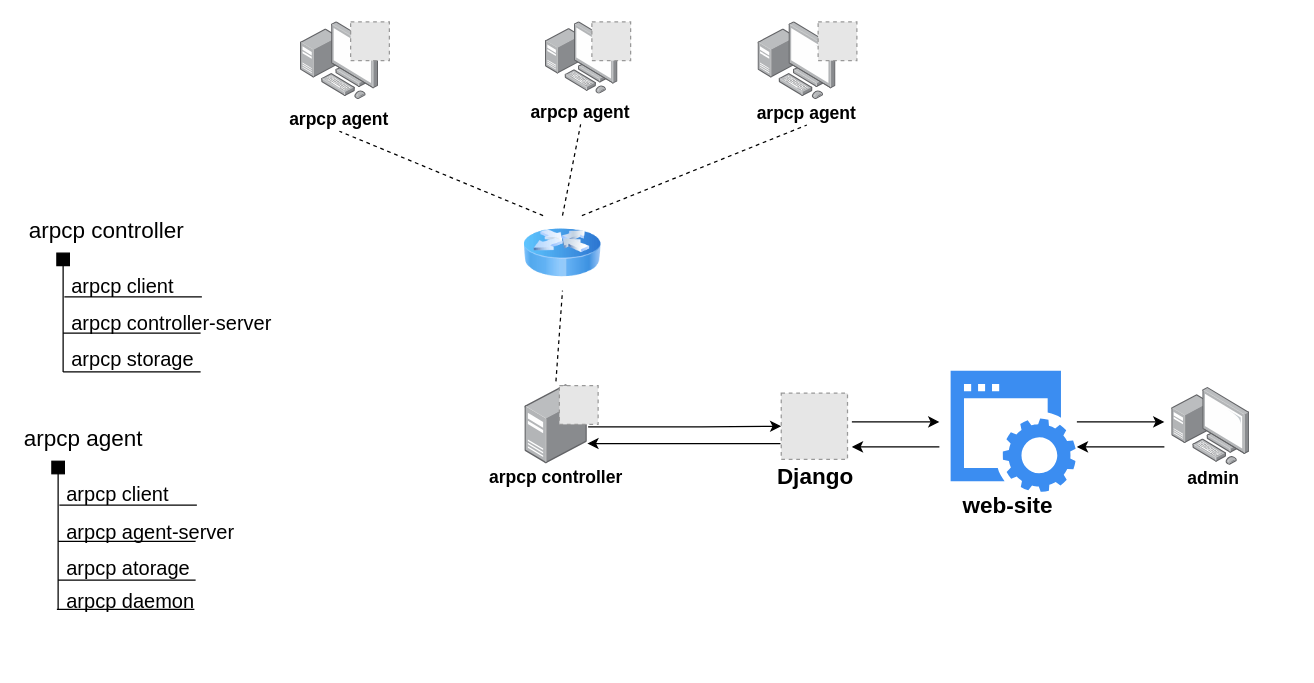
Before: arpcp scheme.drawio in inchernar/arpcp, a draw.io diagram. Source tidied: cells renumbered, new cells numbered last; positions are measured from the earlier drawing's top-left corner, leaving out a move shared by most shapes. Both pictures are drawn from the tidied source at 125%, with x=0, y=0 at pixel (21, 21). Pictures stored in the file or linked from it are replaced by grey dashed boxes.
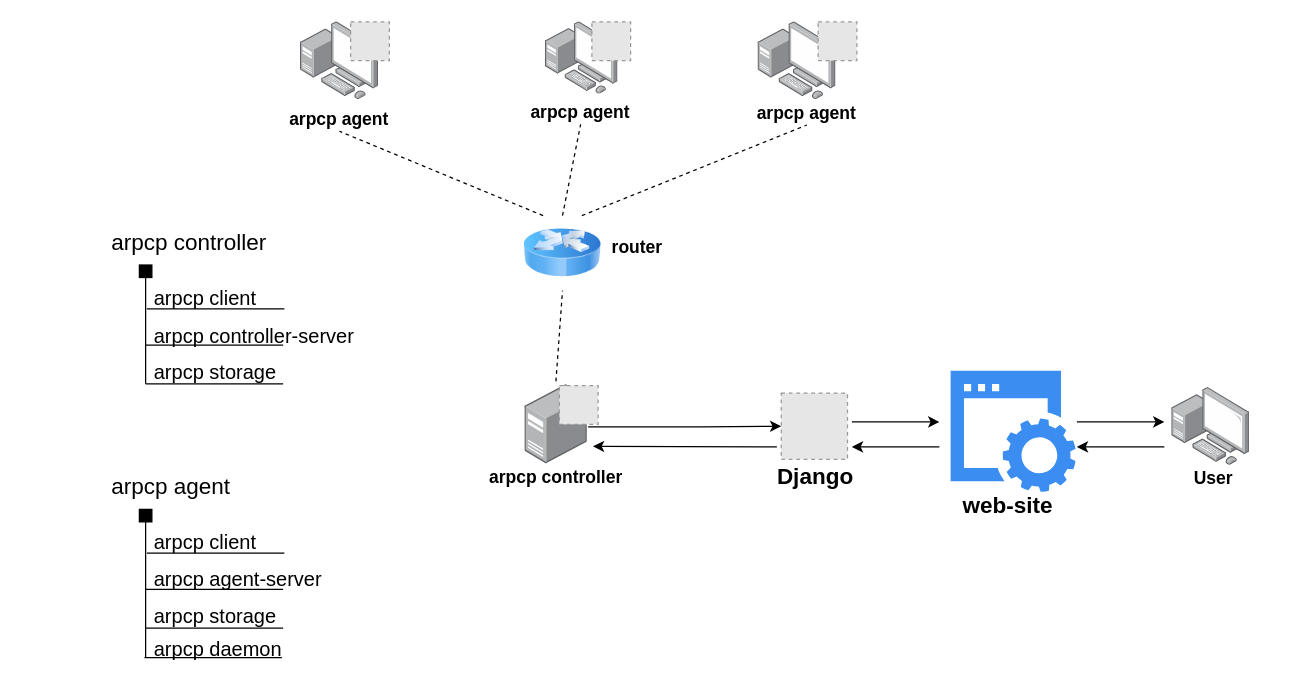
The same page after the edit.

The change refers to these unchanged cells:
```xml
<mxCell id="6" style="points=[];html=1;align=center;shadow=0;dashed=0;image;image=img/lib/allied_telesis/computer_and_terminals/Server_Desktop.svg;" parent="1" vertex="1">
  <mxGeometry x="402.5" y="290" width="50" height="64" as="geometry" />
</mxCell>
```

The edit, as a diff of the source:
```diff
@@
-    <mxCell id="18" value="&lt;span style=&quot;font-size: 14px&quot;&gt;admin&lt;/span&gt;" style="text;html=1;strokeColor=none;fillColor=none;align=center;verticalAlign=middle;whiteSpace=wrap;rounded=0;fontStyle=1;" parent="1" vertex="1">
+    <mxCell id="18" value="&lt;span style=&quot;font-size: 14px&quot;&gt;User&lt;/span&gt;" style="text;html=1;strokeColor=none;fillColor=none;align=center;verticalAlign=middle;whiteSpace=wrap;rounded=0;fontStyle=1;" parent="1" vertex="1">
       <mxGeometry x="890" y="355" width="127" height="20" as="geometry" />
     </mxCell>
@@
     <mxCell id="22" style="endArrow=none;html=1;fontSize=18;" parent="1" edge="1">
       <mxGeometry relative="1" as="geometry">
-        <mxPoint x="33" y="280" as="sourcePoint" />
-        <mxPoint x="33" y="191.5" as="targetPoint" />
+        <mxPoint x="99" y="289.5" as="sourcePoint" />
+        <mxPoint x="99" y="201" as="targetPoint" />
       </mxGeometry>
     </mxCell>
     <mxCell id="23" value="arpcp controller" style="text;html=1;fontSize=18;" parent="1" vertex="1">
-      <mxGeometry x="4" y="150" width="150" height="40" as="geometry" />
+      <mxGeometry x="70" y="159.5" width="150" height="40" as="geometry" />
     </mxCell>
     <mxCell id="24" style="endArrow=none;html=1;fontSize=18;" parent="1" edge="1">
       <mxGeometry relative="1" as="geometry">
-        <mxPoint x="34" y="220" as="sourcePoint" />
-        <mxPoint x="144" y="220" as="targetPoint" />
+        <mxPoint x="100" y="229.5" as="sourcePoint" />
+        <mxPoint x="210" y="229.5" as="targetPoint" />
       </mxGeometry>
     </mxCell>
     <mxCell id="25" style="rounded=0;whiteSpace=wrap;html=1;fontSize=18;fillColor=#000000;" parent="1" vertex="1">
-      <mxGeometry x="28" y="185" width="10" height="10" as="geometry" />
+      <mxGeometry x="94" y="194.5" width="10" height="10" as="geometry" />
     </mxCell>
     <mxCell id="26" style="endArrow=none;html=1;fontSize=18;" parent="1" edge="1">
       <mxGeometry relative="1" as="geometry">
-        <mxPoint x="33" y="249" as="sourcePoint" />
-        <mxPoint x="143" y="249" as="targetPoint" />
+        <mxPoint x="99" y="258.5" as="sourcePoint" />
+        <mxPoint x="209" y="258.5" as="targetPoint" />
       </mxGeometry>
     </mxCell>
     <mxCell id="27" value="arpcp client" style="text;html=1;fontSize=16;" parent="1" vertex="1">
-      <mxGeometry x="38" y="195" width="120" height="35" as="geometry" />
+      <mxGeometry x="104" y="204.5" width="120" height="35" as="geometry" />
     </mxCell>
     <mxCell id="28" value="arpcp controller-server" style="text;html=1;fontSize=16;" parent="1" vertex="1">
-      <mxGeometry x="38" y="225" width="190" height="30" as="geometry" />
+      <mxGeometry x="104" y="234.5" width="190" height="30" as="geometry" />
     </mxCell>
     <mxCell id="29" value="arpcp storage" style="text;html=1;fontSize=16;" parent="1" vertex="1">
-      <mxGeometry x="38" y="254" width="90" height="20" as="geometry" />
+      <mxGeometry x="104" y="263.5" width="90" height="20" as="geometry" />
     </mxCell>
     <mxCell id="30" style="endArrow=none;html=1;fontSize=18;" parent="1" edge="1">
       <mxGeometry relative="1" as="geometry">
-        <mxPoint x="33" y="280" as="sourcePoint" />
-        <mxPoint x="143" y="280" as="targetPoint" />
+        <mxPoint x="99" y="289.5" as="sourcePoint" />
+        <mxPoint x="209" y="289.5" as="targetPoint" />
       </mxGeometry>
     </mxCell>
     <mxCell id="31" style="endArrow=none;html=1;fontSize=18;" parent="1" edge="1">
       <mxGeometry relative="1" as="geometry">
-        <mxPoint x="29" y="470" as="sourcePoint" />
-        <mxPoint x="29" y="358" as="targetPoint" />
+        <mxPoint x="99" y="508.5" as="sourcePoint" />
+        <mxPoint x="99" y="396.5" as="targetPoint" />
       </mxGeometry>
     </mxCell>
     <mxCell id="32" value="arpcp agent" style="text;html=1;fontSize=18;" parent="1" vertex="1">
-      <mxGeometry y="316.5" width="150" height="40" as="geometry" />
+      <mxGeometry x="70" y="355" width="150" height="40" as="geometry" />
     </mxCell>
     <mxCell id="33" style="endArrow=none;html=1;fontSize=18;" parent="1" edge="1">
       <mxGeometry relative="1" as="geometry">
-        <mxPoint x="30" y="386.5" as="sourcePoint" />
-        <mxPoint x="140" y="386.5" as="targetPoint" />
+        <mxPoint x="100" y="425" as="sourcePoint" />
+        <mxPoint x="210" y="425" as="targetPoint" />
       </mxGeometry>
     </mxCell>
     <mxCell id="34" style="rounded=0;whiteSpace=wrap;html=1;fontSize=18;fillColor=#000000;" parent="1" vertex="1">
-      <mxGeometry x="24" y="351.5" width="10" height="10" as="geometry" />
+      <mxGeometry x="94" y="390" width="10" height="10" as="geometry" />
     </mxCell>
     <mxCell id="35" style="endArrow=none;html=1;fontSize=18;" parent="1" edge="1">
       <mxGeometry relative="1" as="geometry">
-        <mxPoint x="29" y="415.5" as="sourcePoint" />
-        <mxPoint x="139" y="415.5" as="targetPoint" />
+        <mxPoint x="99" y="454" as="sourcePoint" />
+        <mxPoint x="209" y="454" as="targetPoint" />
       </mxGeometry>
     </mxCell>
     <mxCell id="36" value="arpcp client" style="text;html=1;fontSize=16;" parent="1" vertex="1">
-      <mxGeometry x="34" y="361.5" width="120" height="35" as="geometry" />
+      <mxGeometry x="104" y="400" width="120" height="35" as="geometry" />
     </mxCell>
     <mxCell id="37" value="arpcp agent-server" style="text;html=1;fontSize=16;" parent="1" vertex="1">
-      <mxGeometry x="34" y="391.5" width="190" height="30" as="geometry" />
+      <mxGeometry x="104" y="430" width="190" height="30" as="geometry" />
     </mxCell>
-    <mxCell id="38" value="arpcp atorage" style="text;html=1;fontSize=16;" parent="1" vertex="1">
-      <mxGeometry x="34" y="420.5" width="90" height="20" as="geometry" />
+    <mxCell id="38" value="arpcp storage" style="text;html=1;fontSize=16;" parent="1" vertex="1">
+      <mxGeometry x="104" y="459" width="90" height="20" as="geometry" />
     </mxCell>
     <mxCell id="39" style="endArrow=none;html=1;fontSize=18;" parent="1" edge="1">
       <mxGeometry relative="1" as="geometry">
-        <mxPoint x="29" y="446.5" as="sourcePoint" />
-        <mxPoint x="139" y="446.5" as="targetPoint" />
+        <mxPoint x="99" y="485" as="sourcePoint" />
+        <mxPoint x="209" y="485" as="targetPoint" />
       </mxGeometry>
     </mxCell>
     <mxCell id="40" style="endArrow=none;html=1;fontSize=18;" parent="1" edge="1">
       <mxGeometry relative="1" as="geometry">
-        <mxPoint x="28" y="470" as="sourcePoint" />
-        <mxPoint x="138" y="470" as="targetPoint" />
+        <mxPoint x="98" y="508.5" as="sourcePoint" />
+        <mxPoint x="208" y="508.5" as="targetPoint" />
       </mxGeometry>
     </mxCell>
     <mxCell id="41" value="arpcp daemon" style="text;html=1;fontSize=16;" parent="1" vertex="1">
-      <mxGeometry x="34" y="447" width="90" height="20" as="geometry" />
+      <mxGeometry x="104" y="485.5" width="90" height="20" as="geometry" />
     </mxCell>
-    <mxCell id="42" style="edgeStyle=orthogonalEdgeStyle;rounded=0;orthogonalLoop=1;jettySize=auto;html=1;entryX=0;entryY=0.5;entryDx=0;entryDy=0;fontSize=18;startArrow=classic;startFill=1;endArrow=none;endFill=0;" parent="1" edge="1">
-      <mxGeometry relative="1" as="geometry">
-        <mxPoint x="452.4" y="337.3" as="sourcePoint" />
-        <mxPoint x="606.9" y="337.3" as="targetPoint" />
-        <Array as="points">
-          <mxPoint x="543.5" y="337.5" />
-          <mxPoint x="543.5" y="337.5" />
-        </Array>
-      </mxGeometry>
-    </mxCell>
@@
+    <mxCell id="51" value="&lt;span style=&quot;font-size: 14px&quot;&gt;router&lt;/span&gt;" style="text;html=1;strokeColor=none;fillColor=none;align=center;verticalAlign=middle;whiteSpace=wrap;rounded=0;fontStyle=1;" parent="1" vertex="1">
+      <mxGeometry x="461" y="170" width="63" height="20" as="geometry" />
+    </mxCell>
+    <mxCell id="52" style="endArrow=classic;html=1;fontSize=16;entryX=1.087;entryY=0.775;entryDx=0;entryDy=0;entryPerimeter=0;" parent="1" edge="1" target="6">
+      <mxGeometry relative="1" as="geometry">
+        <mxPoint x="604" y="340" as="sourcePoint" />
+      </mxGeometry>
+    </mxCell>
```
